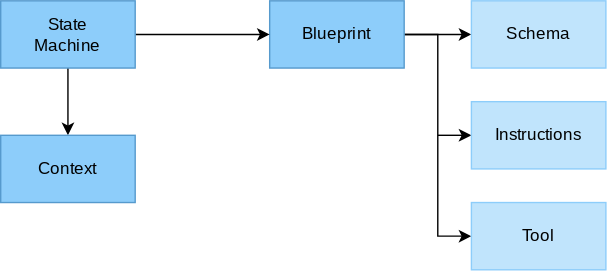
The draw.io diagram packages/core/assistant/docs/blueprints.drawio.svg in dxos/dxos, before a commit. Source tidied: cells renumbered, new cells last; positions are measured from the earlier drawing's top-left corner, leaving out a move shared by most shapes. The source it was exported from:
```xml
<mxGraphModel>
  <root>
    <mxCell id="0" />
    <mxCell id="1" parent="0" />
    <mxCell id="2" style="edgeStyle=none;html=1;exitX=1;exitY=0.5;exitDx=0;exitDy=0;fontFamily=Space Grotesk;fontSource=https%3A%2F%2Ffonts.googleapis.com%2Fcss%3Ffamily%3DSpace%2BGrotesk;" parent="1" edge="1" source="5" target="6">
      <mxGeometry relative="1" as="geometry" />
    </mxCell>
    <mxCell id="3" style="edgeStyle=none;html=1;exitX=1;exitY=0.5;exitDx=0;exitDy=0;rounded=0;curved=0;" parent="1" edge="1" source="5" target="8">
      <mxGeometry relative="1" as="geometry">
        <Array as="points">
          <mxPoint x="312" y="24" />
          <mxPoint x="312" y="168" />
        </Array>
      </mxGeometry>
    </mxCell>
    <mxCell id="4" style="edgeStyle=none;html=1;" parent="1" edge="1" target="7">
      <mxGeometry relative="1" as="geometry">
        <mxPoint x="312" y="96" as="sourcePoint" />
      </mxGeometry>
    </mxCell>
    <mxCell id="5" value="Blueprint" style="rounded=0;whiteSpace=wrap;html=1;fillColor=#8DCDFA;fontColor=#000000;strokeColor=#569ACD;fontFamily=Space Grotesk;fontSource=https%3A%2F%2Ffonts.googleapis.com%2Fcss%3Ffamily%3DSpace%2BGrotesk;" parent="1" vertex="1">
      <mxGeometry x="192" width="96" height="48" as="geometry" />
    </mxCell>
    <mxCell id="6" value="Schema" style="rounded=0;whiteSpace=wrap;html=1;fillColor=#C0E4FC;fontColor=#000000;strokeColor=#8DCDFA;fontFamily=Space Grotesk;fontSource=https%3A%2F%2Ffonts.googleapis.com%2Fcss%3Ffamily%3DSpace%2BGrotesk;" parent="1" vertex="1">
      <mxGeometry x="336" width="96" height="48" as="geometry" />
    </mxCell>
    <mxCell id="7" value="Instructions" style="rounded=0;whiteSpace=wrap;html=1;fillColor=#C0E4FC;fontColor=#000000;strokeColor=#8DCDFA;fontFamily=Space Grotesk;fontSource=https%3A%2F%2Ffonts.googleapis.com%2Fcss%3Ffamily%3DSpace%2BGrotesk;" parent="1" vertex="1">
      <mxGeometry x="336" y="72" width="96" height="48" as="geometry" />
    </mxCell>
    <mxCell id="8" value="Tool" style="rounded=0;whiteSpace=wrap;html=1;fillColor=#C0E4FC;fontColor=#000000;strokeColor=#8DCDFA;fontFamily=Space Grotesk;fontSource=https%3A%2F%2Ffonts.googleapis.com%2Fcss%3Ffamily%3DSpace%2BGrotesk;" parent="1" vertex="1">
      <mxGeometry x="336" y="144" width="96" height="48" as="geometry" />
    </mxCell>
    <mxCell id="9" style="edgeStyle=none;html=1;exitX=1;exitY=0.5;exitDx=0;exitDy=0;" parent="1" edge="1" source="11" target="5">
      <mxGeometry relative="1" as="geometry" />
    </mxCell>
    <mxCell id="10" style="edgeStyle=none;html=1;exitX=0.5;exitY=1;exitDx=0;exitDy=0;" parent="1" edge="1" source="11" target="12">
      <mxGeometry relative="1" as="geometry" />
    </mxCell>
    <mxCell id="11" value="State&lt;div&gt;Machine&lt;/div&gt;" style="rounded=0;whiteSpace=wrap;html=1;fillColor=#8DCDFA;fontColor=#000000;strokeColor=#569ACD;fontFamily=Space Grotesk;fontSource=https%3A%2F%2Ffonts.googleapis.com%2Fcss%3Ffamily%3DSpace%2BGrotesk;" parent="1" vertex="1">
      <mxGeometry width="96" height="48" as="geometry" />
    </mxCell>
    <mxCell id="12" value="Context" style="rounded=0;whiteSpace=wrap;html=1;fillColor=#8DCDFA;fontColor=#000000;strokeColor=#569ACD;fontFamily=Space Grotesk;fontSource=https%3A%2F%2Ffonts.googleapis.com%2Fcss%3Ffamily%3DSpace%2BGrotesk;" parent="1" vertex="1">
      <mxGeometry y="96" width="96" height="48" as="geometry" />
    </mxCell>
  </root>
</mxGraphModel>
```
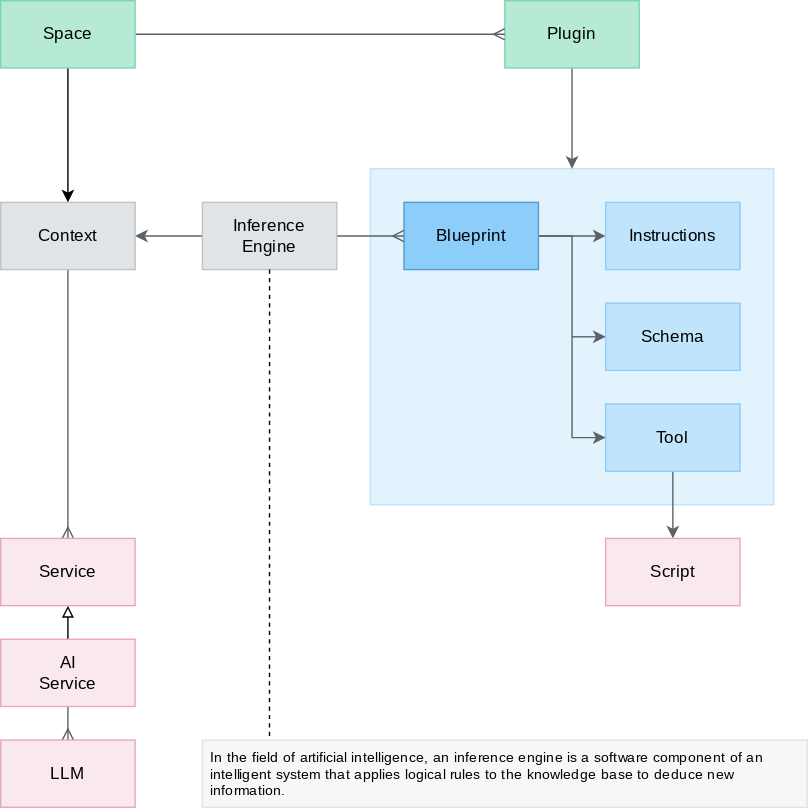
The same file after the commit.

What changed in the source:
```diff
@@ -2,18 +2,22 @@
   <root>
     <mxCell id="0" />
     <mxCell id="1" parent="0" />
+    <mxCell id="13" style="rounded=0;whiteSpace=wrap;html=1;fillColor=#E3F3FE;fontColor=#000000;strokeColor=#C0E4FC;fontFamily=Space Grotesk;fontSource=https%3A%2F%2Ffonts.googleapis.com%2Fcss%3Ffamily%3DSpace%2BGrotesk;" parent="1" vertex="1">
+      <mxGeometry x="168" y="-24" width="288" height="240" as="geometry" />
+    </mxCell>
-    <mxCell id="2" style="edgeStyle=none;html=1;exitX=1;exitY=0.5;exitDx=0;exitDy=0;fontFamily=Space Grotesk;fontSource=https%3A%2F%2Ffonts.googleapis.com%2Fcss%3Ffamily%3DSpace%2BGrotesk;" parent="1" edge="1" source="5" target="6">
+    <mxCell id="2" style="edgeStyle=none;html=1;exitX=1;exitY=0.5;exitDx=0;exitDy=0;fontFamily=Space Grotesk;fontSource=https%3A%2F%2Ffonts.googleapis.com%2Fcss%3Ffamily%3DSpace%2BGrotesk;fillColor=#7B8185;strokeColor=#5D6266;" parent="1" edge="1" source="5" target="6">
       <mxGeometry relative="1" as="geometry" />
     </mxCell>
-    <mxCell id="3" style="edgeStyle=none;html=1;exitX=1;exitY=0.5;exitDx=0;exitDy=0;rounded=0;curved=0;" parent="1" edge="1" source="5" target="8">
+    <mxCell id="3" style="edgeStyle=none;html=1;exitX=1;exitY=0.5;exitDx=0;exitDy=0;rounded=0;curved=0;fillColor=#7B8185;strokeColor=#5D6266;" parent="1" edge="1" source="5" target="8">
       <mxGeometry relative="1" as="geometry">
         <Array as="points">
+          <mxPoint x="300" y="24" />
           <mxPoint x="312" y="24" />
           <mxPoint x="312" y="168" />
         </Array>
       </mxGeometry>
     </mxCell>
-    <mxCell id="4" style="edgeStyle=none;html=1;" parent="1" edge="1" target="7">
+    <mxCell id="4" style="edgeStyle=none;html=1;fillColor=#7B8185;strokeColor=#5D6266;" parent="1" edge="1" target="7">
       <mxGeometry relative="1" as="geometry">
         <mxPoint x="312" y="96" as="sourcePoint" />
       </mxGeometry>
@@ -21,26 +25,71 @@
     <mxCell id="5" value="Blueprint" style="rounded=0;whiteSpace=wrap;html=1;fillColor=#8DCDFA;fontColor=#000000;strokeColor=#569ACD;fontFamily=Space Grotesk;fontSource=https%3A%2F%2Ffonts.googleapis.com%2Fcss%3Ffamily%3DSpace%2BGrotesk;" parent="1" vertex="1">
       <mxGeometry x="192" width="96" height="48" as="geometry" />
     </mxCell>
-    <mxCell id="6" value="Schema" style="rounded=0;whiteSpace=wrap;html=1;fillColor=#C0E4FC;fontColor=#000000;strokeColor=#8DCDFA;fontFamily=Space Grotesk;fontSource=https%3A%2F%2Ffonts.googleapis.com%2Fcss%3Ffamily%3DSpace%2BGrotesk;" parent="1" vertex="1">
+    <mxCell id="6" value="Instructions" style="rounded=0;whiteSpace=wrap;html=1;fillColor=#C0E4FC;fontColor=#000000;strokeColor=#8DCDFA;fontFamily=Space Grotesk;fontSource=https%3A%2F%2Ffonts.googleapis.com%2Fcss%3Ffamily%3DSpace%2BGrotesk;" parent="1" vertex="1">
       <mxGeometry x="336" width="96" height="48" as="geometry" />
     </mxCell>
-    <mxCell id="7" value="Instructions" style="rounded=0;whiteSpace=wrap;html=1;fillColor=#C0E4FC;fontColor=#000000;strokeColor=#8DCDFA;fontFamily=Space Grotesk;fontSource=https%3A%2F%2Ffonts.googleapis.com%2Fcss%3Ffamily%3DSpace%2BGrotesk;" parent="1" vertex="1">
+    <mxCell id="7" value="Schema" style="rounded=0;whiteSpace=wrap;html=1;fillColor=#C0E4FC;fontColor=#000000;strokeColor=#8DCDFA;fontFamily=Space Grotesk;fontSource=https%3A%2F%2Ffonts.googleapis.com%2Fcss%3Ffamily%3DSpace%2BGrotesk;" parent="1" vertex="1">
       <mxGeometry x="336" y="72" width="96" height="48" as="geometry" />
     </mxCell>
+    <mxCell id="14" style="edgeStyle=none;html=1;exitX=0.5;exitY=1;exitDx=0;exitDy=0;fillColor=#7B8185;strokeColor=#5D6266;" parent="1" edge="1" source="8" target="18">
+      <mxGeometry relative="1" as="geometry" />
+    </mxCell>
     <mxCell id="8" value="Tool" style="rounded=0;whiteSpace=wrap;html=1;fillColor=#C0E4FC;fontColor=#000000;strokeColor=#8DCDFA;fontFamily=Space Grotesk;fontSource=https%3A%2F%2Ffonts.googleapis.com%2Fcss%3Ffamily%3DSpace%2BGrotesk;" parent="1" vertex="1">
       <mxGeometry x="336" y="144" width="96" height="48" as="geometry" />
     </mxCell>
-    <mxCell id="9" style="edgeStyle=none;html=1;exitX=1;exitY=0.5;exitDx=0;exitDy=0;" parent="1" edge="1" source="11" target="5">
+    <mxCell id="9" style="edgeStyle=none;html=1;exitX=1;exitY=0.5;exitDx=0;exitDy=0;fillColor=#7B8185;strokeColor=#5D6266;endArrow=ERmany;endFill=0;" parent="1" edge="1" source="11" target="5">
       <mxGeometry relative="1" as="geometry" />
     </mxCell>
-    <mxCell id="10" style="edgeStyle=none;html=1;exitX=0.5;exitY=1;exitDx=0;exitDy=0;" parent="1" edge="1" source="11" target="12">
+    <mxCell id="10" style="edgeStyle=none;html=1;fillColor=#7B8185;strokeColor=#5D6266;" parent="1" edge="1" source="11" target="12">
       <mxGeometry relative="1" as="geometry" />
     </mxCell>
+    <mxCell id="15" style="edgeStyle=none;html=1;fillColor=#7B8185;strokeColor=#5D6266;endArrow=ERmany;endFill=0;" parent="1" edge="1" source="12" target="26">
+      <mxGeometry relative="1" as="geometry" />
+    </mxCell>
-    <mxCell id="11" value="State&lt;div&gt;Machine&lt;/div&gt;" style="rounded=0;whiteSpace=wrap;html=1;fillColor=#8DCDFA;fontColor=#000000;strokeColor=#569ACD;fontFamily=Space Grotesk;fontSource=https%3A%2F%2Ffonts.googleapis.com%2Fcss%3Ffamily%3DSpace%2BGrotesk;" parent="1" vertex="1">
-      <mxGeometry width="96" height="48" as="geometry" />
+    <mxCell id="11" value="Inference&lt;div&gt;Engine&lt;/div&gt;" style="rounded=0;whiteSpace=wrap;html=1;fillColor=#E1E4E6;fontColor=#000000;strokeColor=#C0C3C5;fontFamily=Space Grotesk;fontSource=https%3A%2F%2Ffonts.googleapis.com%2Fcss%3Ffamily%3DSpace%2BGrotesk;" parent="1" vertex="1">
+      <mxGeometry x="48" width="96" height="48" as="geometry" />
     </mxCell>
-    <mxCell id="12" value="Context" style="rounded=0;whiteSpace=wrap;html=1;fillColor=#8DCDFA;fontColor=#000000;strokeColor=#569ACD;fontFamily=Space Grotesk;fontSource=https%3A%2F%2Ffonts.googleapis.com%2Fcss%3Ffamily%3DSpace%2BGrotesk;" parent="1" vertex="1">
-      <mxGeometry y="96" width="96" height="48" as="geometry" />
+    <mxCell id="12" value="Context" style="rounded=0;whiteSpace=wrap;html=1;fillColor=#E1E4E6;fontColor=#000000;strokeColor=#C0C3C5;fontFamily=Space Grotesk;fontSource=https%3A%2F%2Ffonts.googleapis.com%2Fcss%3Ffamily%3DSpace%2BGrotesk;" parent="1" vertex="1">
+      <mxGeometry x="-96" width="96" height="48" as="geometry" />
     </mxCell>
+    <mxCell id="16" style="edgeStyle=none;html=1;exitX=0.5;exitY=1;exitDx=0;exitDy=0;fillColor=#7B8185;strokeColor=#5D6266;" parent="1" edge="1" source="17" target="13">
+      <mxGeometry relative="1" as="geometry" />
+    </mxCell>
+    <mxCell id="17" value="Plugin" style="rounded=0;whiteSpace=wrap;html=1;fillColor=#B6EAD5;fontColor=#000000;strokeColor=#7CD7AF;fontFamily=Space Grotesk;fontSource=https%3A%2F%2Ffonts.googleapis.com%2Fcss%3Ffamily%3DSpace%2BGrotesk;" parent="1" vertex="1">
+      <mxGeometry x="264" y="-144" width="96" height="48" as="geometry" />
+    </mxCell>
+    <mxCell id="18" value="Script" style="rounded=0;whiteSpace=wrap;html=1;fillColor=#F9E9EF;fontColor=#000000;strokeColor=#E8A7C0;fontFamily=Space Grotesk;fontSource=https%3A%2F%2Ffonts.googleapis.com%2Fcss%3Ffamily%3DSpace%2BGrotesk;" parent="1" vertex="1">
+      <mxGeometry x="336" y="240" width="96" height="48" as="geometry" />
+    </mxCell>
+    <mxCell id="19" style="edgeStyle=none;html=1;exitX=1;exitY=0.5;exitDx=0;exitDy=0;fillColor=#7B8185;strokeColor=#5D6266;endArrow=ERmany;endFill=0;" parent="1" edge="1" source="21" target="17">
+      <mxGeometry relative="1" as="geometry" />
+    </mxCell>
+    <mxCell id="20" style="edgeStyle=none;html=1;" parent="1" edge="1" source="21" target="12">
+      <mxGeometry relative="1" as="geometry" />
+    </mxCell>
+    <mxCell id="21" value="Space" style="rounded=0;whiteSpace=wrap;html=1;fillColor=#B6EAD5;fontColor=#000000;strokeColor=#7CD7AF;fontFamily=Space Grotesk;fontSource=https%3A%2F%2Ffonts.googleapis.com%2Fcss%3Ffamily%3DSpace%2BGrotesk;" parent="1" vertex="1">
+      <mxGeometry x="-96" y="-144" width="96" height="48" as="geometry" />
+    </mxCell>
+    <mxCell id="22" style="edgeStyle=none;html=1;exitX=0.5;exitY=1;exitDx=0;exitDy=0;endArrow=ERmany;endFill=0;fillColor=#7B8185;strokeColor=#5D6266;" parent="1" edge="1" source="24" target="25">
+      <mxGeometry relative="1" as="geometry" />
+    </mxCell>
+    <mxCell id="23" style="edgeStyle=none;html=1;exitX=0.5;exitY=0;exitDx=0;exitDy=0;endArrow=block;endFill=0;" parent="1" edge="1" source="24" target="26">
+      <mxGeometry relative="1" as="geometry" />
+    </mxCell>
+    <mxCell id="24" value="AI&lt;br&gt;Service" style="rounded=0;whiteSpace=wrap;html=1;fillColor=#F9E9EF;fontColor=#000000;strokeColor=#E8A7C0;fontFamily=Space Grotesk;fontSource=https%3A%2F%2Ffonts.googleapis.com%2Fcss%3Ffamily%3DSpace%2BGrotesk;" parent="1" vertex="1">
+      <mxGeometry x="-96" y="312" width="96" height="48" as="geometry" />
+    </mxCell>
+    <mxCell id="25" value="LLM" style="rounded=0;whiteSpace=wrap;html=1;fillColor=#F9E9EF;fontColor=#000000;strokeColor=#E8A7C0;fontFamily=Space Grotesk;fontSource=https%3A%2F%2Ffonts.googleapis.com%2Fcss%3Ffamily%3DSpace%2BGrotesk;" parent="1" vertex="1">
+      <mxGeometry x="-96" y="384" width="96" height="48" as="geometry" />
+    </mxCell>
+    <mxCell id="26" value="Service" style="rounded=0;whiteSpace=wrap;html=1;fillColor=#F9E9EF;fontColor=#000000;strokeColor=#E8A7C0;fontFamily=Space Grotesk;fontSource=https%3A%2F%2Ffonts.googleapis.com%2Fcss%3Ffamily%3DSpace%2BGrotesk;" parent="1" vertex="1">
+      <mxGeometry x="-96" y="240" width="96" height="48" as="geometry" />
+    </mxCell>
+    <mxCell id="27" value="In the field of artificial intelligence, an inference engine is a software component of an intelligent system that applies logical rules to the knowledge base to deduce new information." style="rounded=0;whiteSpace=wrap;html=1;fillColor=#F7F7F7;fontColor=#000000;strokeColor=#E1E4E6;fontFamily=Space Grotesk;fontSource=https%3A%2F%2Ffonts.googleapis.com%2Fcss%3Ffamily%3DSpace%2BGrotesk;align=left;fontSize=10;spacingLeft=4;spacingRight=4;" parent="1" vertex="1">
+      <mxGeometry x="48" y="384" width="432" height="48" as="geometry" />
+    </mxCell>
+    <mxCell id="28" style="edgeStyle=none;html=1;exitX=0.5;exitY=1;exitDx=0;exitDy=0;entryX=0.111;entryY=0;entryDx=0;entryDy=0;entryPerimeter=0;endArrow=none;endFill=0;dashed=1;" parent="1" edge="1" source="11" target="27">
+      <mxGeometry relative="1" as="geometry" />
+    </mxCell>
   </root>
 </mxGraphModel>
```
